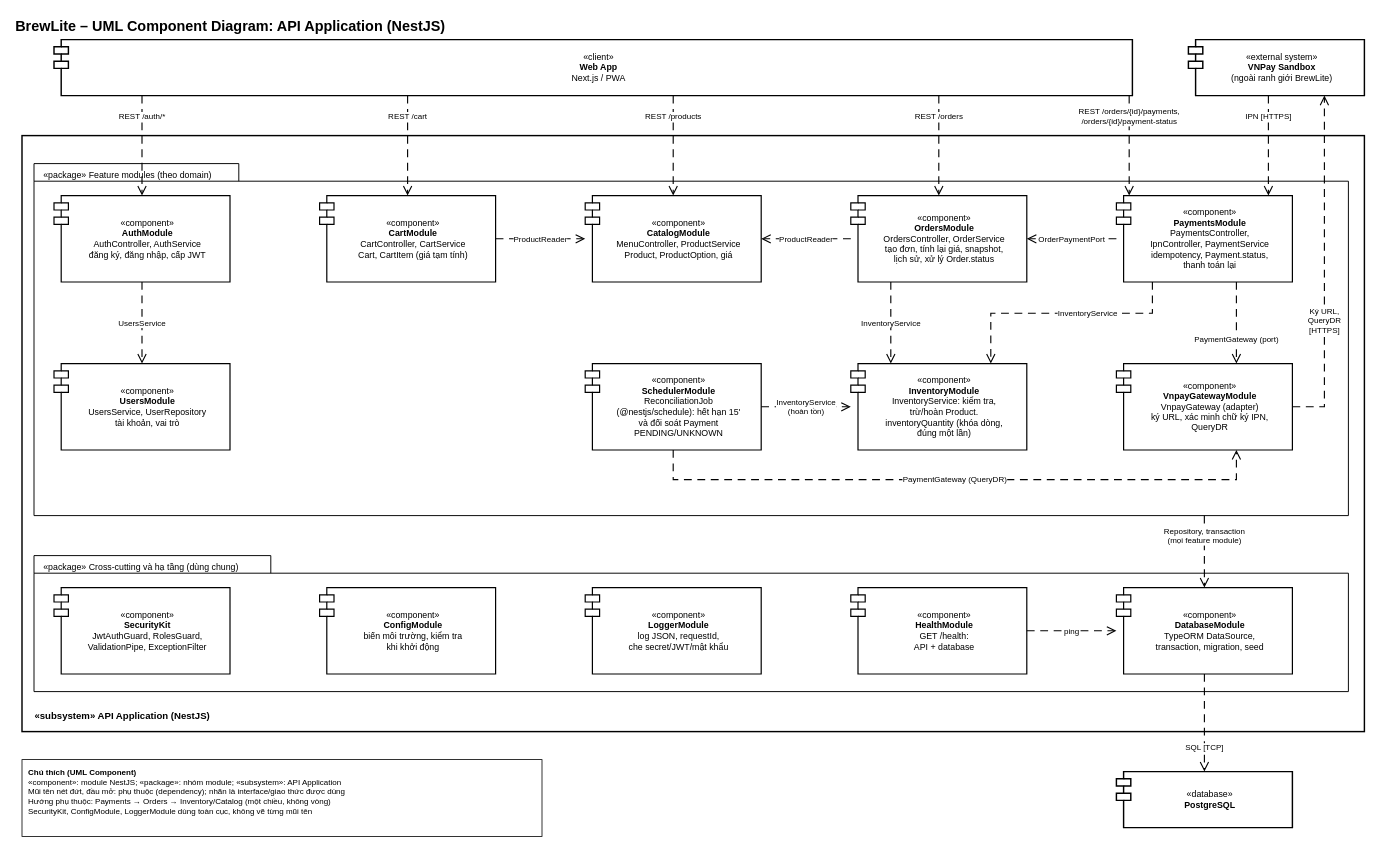
Earlier version of the draw.io diagram docs/diagrams/sources/component-api.drawio (mhien06/BrewLite_A2). Source tidied: cells renumbered, new cells numbered last; positions are measured from the earlier drawing's top-left corner, leaving out a move shared by most shapes. Both pictures are drawn from the tidied source at 80%, with x=0, y=0 at pixel (14, 14).
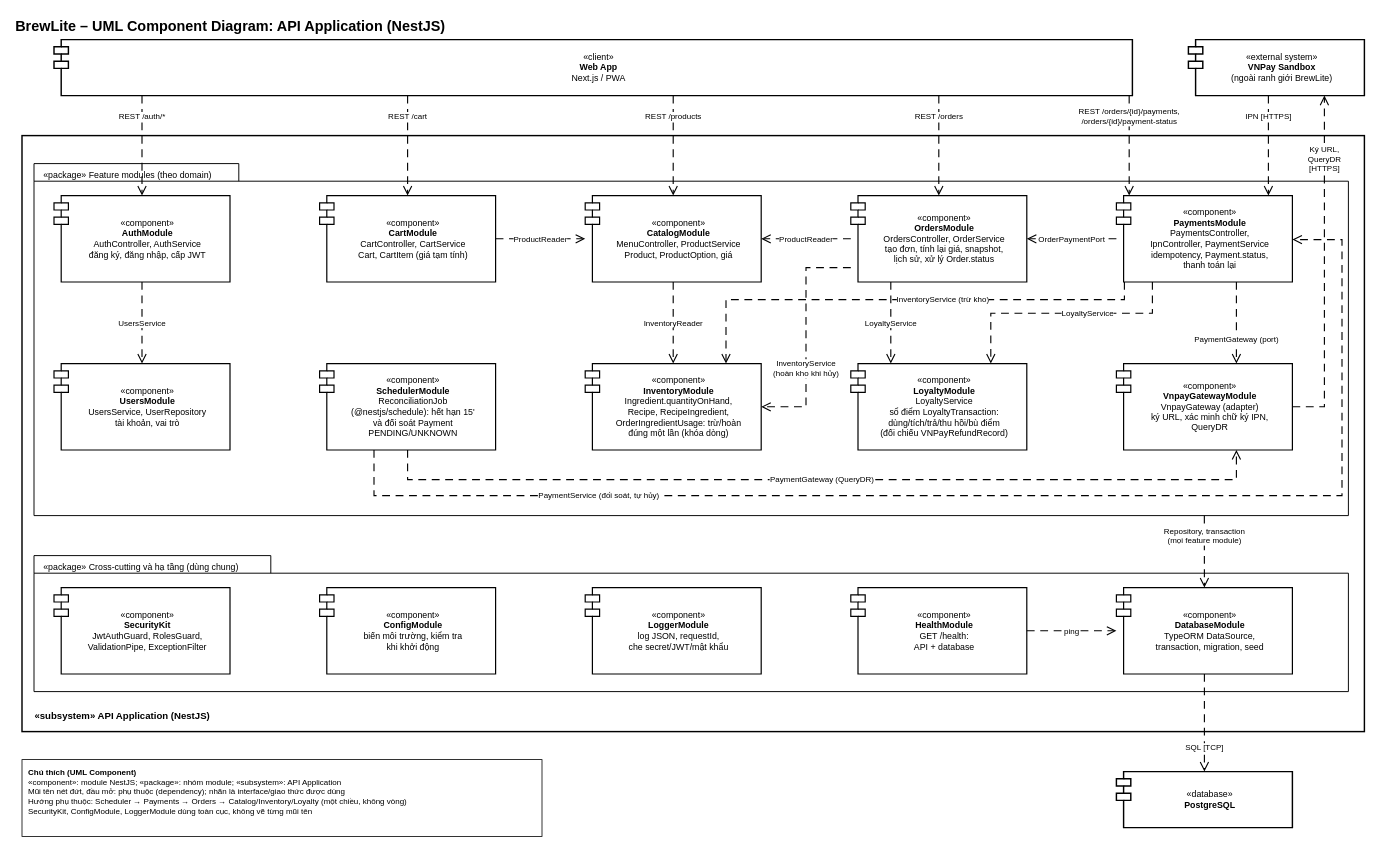
The same page after the edit.

Commit message (it also covers changes not shown here):
docs(task3): align architecture with approved business model

The change refers to these unchanged cells:
```xml
<mxCell id="7" value="«external system»&lt;br&gt;&lt;b&gt;VNPay Sandbox&lt;/b&gt;&lt;br&gt;(ngoài ranh giới BrewLite)" style="html=1;whiteSpace=wrap;strokeColor=#000000;fillColor=#FFFFFF;fontColor=#000000;strokeWidth=1.8;fontSize=11;align=center;verticalAlign=middle;shape=module;jettyWidth=18;jettyHeight=9;spacingLeft=14;" parent="1" vertex="1">
  <mxGeometry x="1468" y="32" width="220" height="70" as="geometry" />
</mxCell>
<mxCell id="10" value="«component»&lt;br&gt;&lt;b&gt;CatalogModule&lt;/b&gt;&lt;br&gt;MenuController, ProductService&lt;br&gt;Product, ProductOption, giá" style="html=1;whiteSpace=wrap;strokeColor=#000000;fillColor=#FFFFFF;fontColor=#000000;strokeWidth=1.5;fontSize=11;align=center;verticalAlign=middle;shape=module;jettyWidth=18;jettyHeight=9;spacingLeft=14;" parent="1" vertex="1">
  <mxGeometry x="714" y="227" width="220" height="108" as="geometry" />
</mxCell>
<mxCell id="11" value="«component»&lt;br&gt;&lt;b&gt;OrdersModule&lt;/b&gt;&lt;br&gt;OrdersController, OrderService&lt;br&gt;tạo đơn, tính lại giá, snapshot,&lt;br&gt;lịch sử, xử lý Order.status" style="html=1;whiteSpace=wrap;strokeColor=#000000;fillColor=#FFFFFF;fontColor=#000000;strokeWidth=1.5;fontSize=11;align=center;verticalAlign=middle;shape=module;jettyWidth=18;jettyHeight=9;spacingLeft=14;" parent="1" vertex="1">
  <mxGeometry x="1046" y="227" width="220" height="108" as="geometry" />
</mxCell>
<mxCell id="12" value="«component»&lt;br&gt;&lt;b&gt;PaymentsModule&lt;/b&gt;&lt;br&gt;PaymentsController,&lt;br&gt;IpnController, PaymentService&lt;br&gt;idempotency, Payment.status,&lt;br&gt;thanh toán lại" style="html=1;whiteSpace=wrap;strokeColor=#000000;fillColor=#FFFFFF;fontColor=#000000;strokeWidth=1.5;fontSize=11;align=center;verticalAlign=middle;shape=module;jettyWidth=18;jettyHeight=9;spacingLeft=14;" parent="1" vertex="1">
  <mxGeometry x="1378" y="227" width="220" height="108" as="geometry" />
</mxCell>
<mxCell id="16" value="«component»&lt;br&gt;&lt;b&gt;VnpayGatewayModule&lt;/b&gt;&lt;br&gt;VnpayGateway (adapter)&lt;br&gt;ký URL, xác minh chữ ký IPN,&lt;br&gt;QueryDR" style="html=1;whiteSpace=wrap;strokeColor=#000000;fillColor=#FFFFFF;fontColor=#000000;strokeWidth=1.5;fontSize=11;align=center;verticalAlign=middle;shape=module;jettyWidth=18;jettyHeight=9;spacingLeft=14;" parent="1" vertex="1">
  <mxGeometry x="1378" y="437" width="220" height="108" as="geometry" />
</mxCell>
```

What changed in the source:
```diff
@@
     <mxCell id="14" value="«component»&lt;br&gt;&lt;b&gt;SchedulerModule&lt;/b&gt;&lt;br&gt;ReconciliationJob&lt;br&gt;(@nestjs/schedule): hết hạn 15&amp;#x27;&lt;br&gt;và đối soát Payment&lt;br&gt;PENDING/UNKNOWN" style="html=1;whiteSpace=wrap;strokeColor=#000000;fillColor=#FFFFFF;fontColor=#000000;strokeWidth=1.5;fontSize=11;align=center;verticalAlign=middle;shape=module;jettyWidth=18;jettyHeight=9;spacingLeft=14;" parent="1" vertex="1">
-      <mxGeometry x="714" y="437" width="220" height="108" as="geometry" />
+      <mxGeometry x="382" y="437" width="220" height="108" as="geometry" />
     </mxCell>
-    <mxCell id="15" value="«component»&lt;br&gt;&lt;b&gt;InventoryModule&lt;/b&gt;&lt;br&gt;InventoryService: kiểm tra,&lt;br&gt;trừ/hoàn Product.&lt;br&gt;inventoryQuantity (khóa dòng,&lt;br&gt;đúng một lần)" style="html=1;whiteSpace=wrap;strokeColor=#000000;fillColor=#FFFFFF;fontColor=#000000;strokeWidth=1.5;fontSize=11;align=center;verticalAlign=middle;shape=module;jettyWidth=18;jettyHeight=9;spacingLeft=14;" parent="1" vertex="1">
-      <mxGeometry x="1046" y="437" width="220" height="108" as="geometry" />
+    <mxCell id="15" value="«component»&lt;br&gt;&lt;b&gt;InventoryModule&lt;/b&gt;&lt;br&gt;Ingredient.quantityOnHand,&lt;br&gt;Recipe, RecipeIngredient,&lt;br&gt;OrderIngredientUsage: trừ/hoàn&lt;br&gt;đúng một lần (khóa dòng)" style="html=1;whiteSpace=wrap;strokeColor=#000000;fillColor=#FFFFFF;fontColor=#000000;strokeWidth=1.5;fontSize=11;align=center;verticalAlign=middle;shape=module;jettyWidth=18;jettyHeight=9;spacingLeft=14;" parent="1" vertex="1">
+      <mxGeometry x="714" y="437" width="220" height="108" as="geometry" />
     </mxCell>
+    <mxCell id="43" value="«component»&lt;br&gt;&lt;b&gt;LoyaltyModule&lt;/b&gt;&lt;br&gt;LoyaltyService&lt;br&gt;sổ điểm LoyaltyTransaction:&lt;br&gt;dùng/tích/trả/thu hồi/bù điểm&lt;br&gt;(đối chiếu VNPayRefundRecord)" style="html=1;whiteSpace=wrap;strokeColor=#000000;fillColor=#FFFFFF;fontColor=#000000;strokeWidth=1.5;fontSize=11;align=center;verticalAlign=middle;shape=module;jettyWidth=18;jettyHeight=9;spacingLeft=14;" parent="1" vertex="1">
+      <mxGeometry x="1046" y="437" width="220" height="108" as="geometry" />
+    </mxCell>
@@
-    <mxCell id="23" value="&lt;b&gt;Chú thích (UML Component)&lt;/b&gt;&lt;br&gt;«component»: module NestJS;  «package»: nhóm module;  «subsystem»: API Application&lt;br&gt;Mũi tên nét đứt, đầu mở: phụ thuộc (dependency); nhãn là interface/giao thức được dùng&lt;br&gt;Hướng phụ thuộc: Payments → Orders → Inventory/Catalog (một chiều, không vòng)&lt;br&gt;SecurityKit, ConfigModule, LoggerModule dùng toàn cục, không vẽ từng mũi tên" style="html=1;whiteSpace=wrap;strokeColor=#000000;fillColor=#FFFFFF;fontColor=#000000;strokeWidth=1;fontSize=10;align=left;verticalAlign=top;spacingLeft=6;spacingTop=4;rounded=0;" parent="1" vertex="1">
+    <mxCell id="23" value="&lt;b&gt;Chú thích (UML Component)&lt;/b&gt;&lt;br&gt;«component»: module NestJS;  «package»: nhóm module;  «subsystem»: API Application&lt;br&gt;Mũi tên nét đứt, đầu mở: phụ thuộc (dependency); nhãn là interface/giao thức được dùng&lt;br&gt;Hướng phụ thuộc: Scheduler → Payments → Orders → Catalog/Inventory/Loyalty (một chiều, không vòng)&lt;br&gt;SecurityKit, ConfigModule, LoggerModule dùng toàn cục, không vẽ từng mũi tên" style="html=1;whiteSpace=wrap;strokeColor=#000000;fillColor=#FFFFFF;fontColor=#000000;strokeWidth=1;fontSize=10;align=left;verticalAlign=top;spacingLeft=6;spacingTop=4;rounded=0;" parent="1" vertex="1">
       <mxGeometry x="10" y="932" width="650" height="96" as="geometry" />
     </mxCell>
@@
-    <mxCell id="33" value="InventoryService" style="html=1;rounded=0;strokeColor=#000000;strokeWidth=1.4;fontColor=#000000;fontSize=10;labelBackgroundColor=#FFFFFF;endArrow=open;endFill=0;endSize=9;dashed=1;dashPattern=7 5;exitX=0.2273;exitY=1.0000;exitDx=0;exitDy=0;exitPerimeter=0;entryX=0.2273;entryY=0.0000;entryDx=0;entryDy=0;entryPerimeter=0;" parent="1" edge="1" source="11" target="15">
+    <mxCell id="33" value="LoyaltyService" style="html=1;rounded=0;strokeColor=#000000;strokeWidth=1.4;fontColor=#000000;fontSize=10;labelBackgroundColor=#FFFFFF;endArrow=open;endFill=0;endSize=9;dashed=1;dashPattern=7 5;exitX=0.2273;exitY=1.0000;exitDx=0;exitDy=0;exitPerimeter=0;entryX=0.2273;entryY=0.0000;entryDx=0;entryDy=0;entryPerimeter=0;" parent="1" edge="1" source="11" target="43">
       <mxGeometry relative="1" as="geometry" />
     </mxCell>
@@
-    <mxCell id="35" value="InventoryService" style="html=1;rounded=0;strokeColor=#000000;strokeWidth=1.4;fontColor=#000000;fontSize=10;labelBackgroundColor=#FFFFFF;endArrow=open;endFill=0;endSize=9;dashed=1;dashPattern=7 5;exitX=0.2045;exitY=1.0000;exitDx=0;exitDy=0;exitPerimeter=0;entryX=0.7955;entryY=0.0000;entryDx=0;entryDy=0;entryPerimeter=0;" parent="1" edge="1" source="12" target="15">
+    <mxCell id="35" value="LoyaltyService" style="html=1;rounded=0;strokeColor=#000000;strokeWidth=1.4;fontColor=#000000;fontSize=10;labelBackgroundColor=#FFFFFF;endArrow=open;endFill=0;endSize=9;dashed=1;dashPattern=7 5;exitX=0.2045;exitY=1.0000;exitDx=0;exitDy=0;exitPerimeter=0;entryX=0.7955;entryY=0.0000;entryDx=0;entryDy=0;entryPerimeter=0;" parent="1" edge="1" source="12" target="43">
       <mxGeometry x="-0.21" relative="1" as="geometry">
         <Array as="points">
           <mxPoint x="1423" y="374" />
           <mxPoint x="1221" y="374" />
         </Array>
       </mxGeometry>
     </mxCell>
@@
-    <mxCell id="37" value="InventoryService&lt;br&gt;(hoàn tồn)" style="html=1;rounded=0;strokeColor=#000000;strokeWidth=1.4;fontColor=#000000;fontSize=10;labelBackgroundColor=#FFFFFF;endArrow=open;endFill=0;endSize=9;dashed=1;dashPattern=7 5;exitX=1.0000;exitY=0.5000;exitDx=0;exitDy=0;exitPerimeter=0;entryX=0.0000;entryY=0.5000;entryDx=0;entryDy=0;entryPerimeter=0;" parent="1" edge="1" source="14" target="15">
-      <mxGeometry relative="1" as="geometry" />
+    <mxCell id="37" value="InventoryService&lt;br&gt;(hoàn kho khi hủy)" style="html=1;rounded=0;strokeColor=#000000;strokeWidth=1.4;fontColor=#000000;fontSize=10;labelBackgroundColor=#FFFFFF;endArrow=open;endFill=0;endSize=9;dashed=1;dashPattern=7 5;exitX=0.0000;exitY=0.8333;exitDx=0;exitDy=0;exitPerimeter=0;entryX=1.0000;entryY=0.5000;entryDx=0;entryDy=0;entryPerimeter=0;" parent="1" edge="1" source="11" target="15">
+      <mxGeometry x="0.27" relative="1" as="geometry">
+        <Array as="points">
+          <mxPoint x="990" y="317" />
+          <mxPoint x="990" y="491" />
+        </Array>
+      </mxGeometry>
     </mxCell>
     <mxCell id="38" value="PaymentGateway (QueryDR)" style="html=1;rounded=0;strokeColor=#000000;strokeWidth=1.4;fontColor=#000000;fontSize=10;labelBackgroundColor=#FFFFFF;endArrow=open;endFill=0;endSize=9;dashed=1;dashPattern=7 5;exitX=0.5000;exitY=1.0000;exitDx=0;exitDy=0;exitPerimeter=0;entryX=0.6818;entryY=1.0000;entryDx=0;entryDy=0;entryPerimeter=0;" parent="1" edge="1" source="14" target="16">
       <mxGeometry relative="1" as="geometry">
         <Array as="points">
-          <mxPoint x="824" y="582" />
+          <mxPoint x="492" y="582" />
           <mxPoint x="1528" y="582" />
         </Array>
       </mxGeometry>
     </mxCell>
     <mxCell id="39" value="Ký URL,&lt;br&gt;QueryDR&lt;br&gt;[HTTPS]" style="html=1;rounded=0;strokeColor=#000000;strokeWidth=1.4;fontColor=#000000;fontSize=10;labelBackgroundColor=#FFFFFF;endArrow=open;endFill=0;endSize=9;dashed=1;dashPattern=7 5;exitX=1.0000;exitY=0.5000;exitDx=0;exitDy=0;exitPerimeter=0;entryX=0.7727;entryY=1.0000;entryDx=0;entryDy=0;entryPerimeter=0;" parent="1" edge="1" source="16" target="7">
-      <mxGeometry x="-0.31" relative="1" as="geometry">
+      <mxGeometry x="0.63" relative="1" as="geometry">
         <Array as="points">
           <mxPoint x="1638" y="491" />
         </Array>
       </mxGeometry>
     </mxCell>
+    <mxCell id="44" value="InventoryReader" style="html=1;rounded=0;strokeColor=#000000;strokeWidth=1.4;fontColor=#000000;fontSize=10;labelBackgroundColor=#FFFFFF;endArrow=open;endFill=0;endSize=9;dashed=1;dashPattern=7 5;exitX=0.5000;exitY=1.0000;exitDx=0;exitDy=0;exitPerimeter=0;entryX=0.5000;entryY=0.0000;entryDx=0;entryDy=0;entryPerimeter=0;" parent="1" edge="1" source="10" target="15">
+      <mxGeometry relative="1" as="geometry" />
+    </mxCell>
+    <mxCell id="45" value="InventoryService (trừ kho)" style="html=1;rounded=0;strokeColor=#000000;strokeWidth=1.4;fontColor=#000000;fontSize=10;labelBackgroundColor=#FFFFFF;endArrow=open;endFill=0;endSize=9;dashed=1;dashPattern=7 5;exitX=0.0455;exitY=1.0000;exitDx=0;exitDy=0;exitPerimeter=0;entryX=0.8000;entryY=0.0000;entryDx=0;entryDy=0;entryPerimeter=0;" parent="1" edge="1" source="12" target="15">
+      <mxGeometry x="-0.17" relative="1" as="geometry">
+        <Array as="points">
+          <mxPoint x="1388" y="357" />
+          <mxPoint x="890" y="357" />
+        </Array>
+      </mxGeometry>
+    </mxCell>
+    <mxCell id="46" value="PaymentService (đối soát, tự hủy)" style="html=1;rounded=0;strokeColor=#000000;strokeWidth=1.4;fontColor=#000000;fontSize=10;labelBackgroundColor=#FFFFFF;endArrow=open;endFill=0;endSize=9;dashed=1;dashPattern=7 5;exitX=0.3091;exitY=1.0000;exitDx=0;exitDy=0;exitPerimeter=0;entryX=1.0000;entryY=0.5093;entryDx=0;entryDy=0;entryPerimeter=0;" parent="1" edge="1" source="14" target="12">
+      <mxGeometry x="-0.59" relative="1" as="geometry">
+        <Array as="points">
+          <mxPoint x="450" y="602" />
+          <mxPoint x="1660" y="602" />
+          <mxPoint x="1660" y="282" />
+        </Array>
+      </mxGeometry>
+    </mxCell>
```
